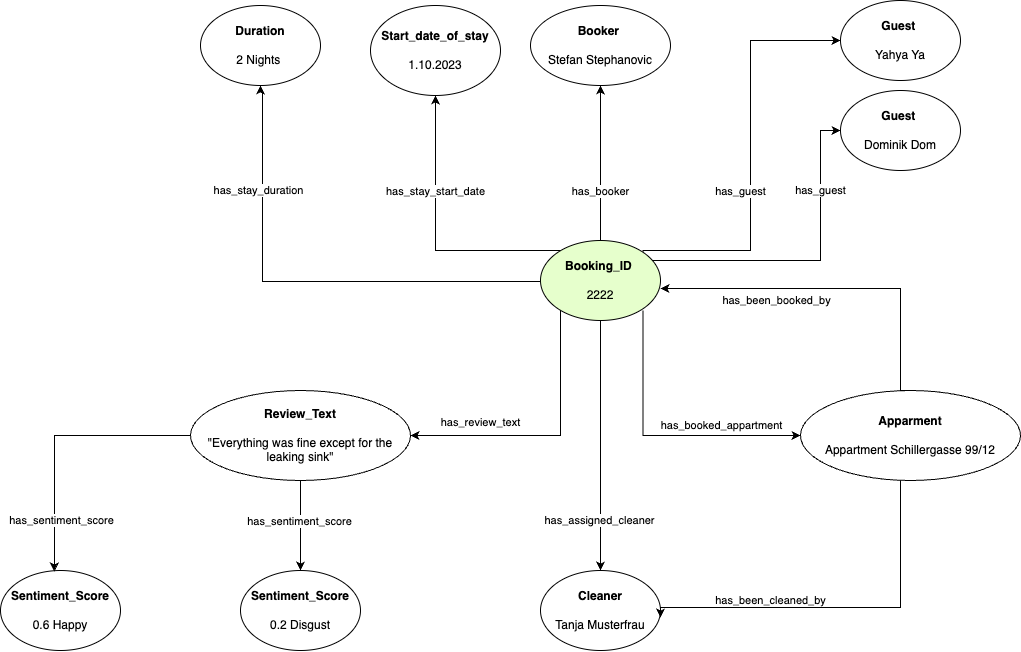
Earlier version of the draw.io export drawings/KG_Architecture.png (dominik-pichler/Review_me_if_you_can). Source tidied: cells renumbered, new cells last; positions are measured from the earlier drawing's top-left corner, leaving out a move shared by most shapes.
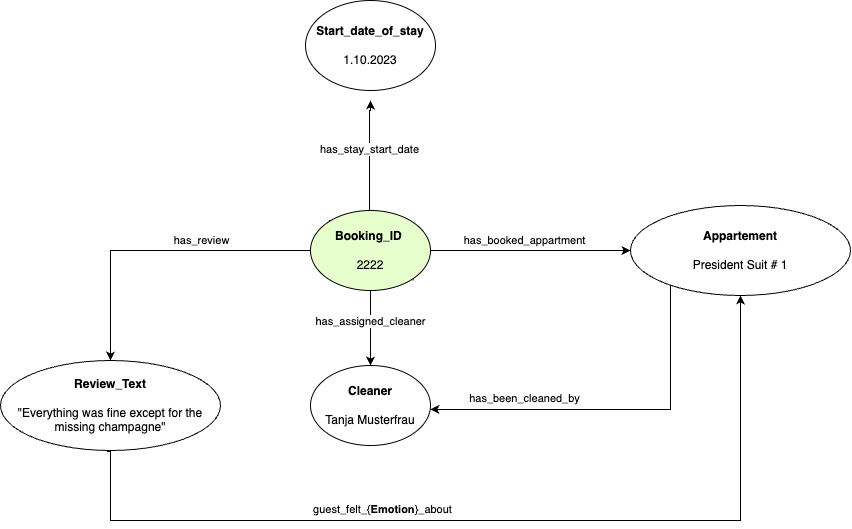
After the commit.

What changed in the source:
```diff
@@ -2,69 +2,16 @@
   <root>
     <mxCell id="0" />
     <mxCell id="1" parent="0" />
-    <mxCell id="2" style="edgeStyle=orthogonalEdgeStyle;rounded=0;jettySize=auto;html=1;exitX=1;exitY=0.5;exitDx=0;exitDy=0;" parent="1" edge="1" target="11">
-      <mxGeometry relative="1" as="geometry">
-        <mxPoint x="610" y="280" as="sourcePoint" />
-        <Array as="points">
-          <mxPoint x="610" y="260" />
-          <mxPoint x="820" y="260" />
-          <mxPoint x="820" y="130" />
-        </Array>
-      </mxGeometry>
-    </mxCell>
-    <mxCell id="3" value="has_guest" style="edgeLabel;html=1;align=center;verticalAlign=middle;" parent="2" vertex="1">
-      <mxGeometry x="0.19" y="2" relative="1" as="geometry">
-        <mxPoint x="4" y="-68" as="offset" />
-      </mxGeometry>
-    </mxCell>
-    <mxCell id="4" style="edgeStyle=orthogonalEdgeStyle;rounded=0;jettySize=auto;html=1;exitX=1;exitY=0;exitDx=0;exitDy=0;entryX=0;entryY=0.5;entryDx=0;entryDy=0;" parent="1" edge="1" source="30" target="14">
-      <mxGeometry relative="1" as="geometry">
-        <Array as="points">
-          <mxPoint x="642" y="250" />
-          <mxPoint x="750" y="250" />
-          <mxPoint x="750" y="40" />
-        </Array>
-      </mxGeometry>
-    </mxCell>
-    <mxCell id="5" value="has_guest" style="edgeLabel;html=1;align=center;verticalAlign=middle;" parent="4" vertex="1">
-      <mxGeometry x="0.24" y="2" relative="1" as="geometry">
-        <mxPoint x="-8" y="86" as="offset" />
-      </mxGeometry>
-    </mxCell>
-    <mxCell id="6" style="edgeStyle=orthogonalEdgeStyle;rounded=0;jettySize=auto;html=1;exitX=0.5;exitY=1;exitDx=0;exitDy=0;entryX=1;entryY=0.5;entryDx=0;entryDy=0;" parent="1" edge="1" source="30" target="21">
-      <mxGeometry relative="1" as="geometry">
-        <Array as="points">
-          <mxPoint x="600" y="300" />
-          <mxPoint x="560" y="300" />
-          <mxPoint x="560" y="435" />
-        </Array>
-      </mxGeometry>
-    </mxCell>
-    <mxCell id="7" value="has_review_text" style="edgeLabel;html=1;align=center;verticalAlign=middle;" parent="6" vertex="1">
-      <mxGeometry x="0.08" y="1" relative="1" as="geometry">
-        <mxPoint x="-81" y="-5" as="offset" />
-      </mxGeometry>
-    </mxCell>
-    <mxCell id="8" style="edgeStyle=orthogonalEdgeStyle;rounded=0;jettySize=auto;html=1;" parent="1" edge="1" source="30" target="10">
-      <mxGeometry relative="1" as="geometry" />
-    </mxCell>
-    <mxCell id="9" value="has_booker" style="edgeLabel;html=1;align=center;verticalAlign=middle;" parent="8" vertex="1">
-      <mxGeometry y="1" relative="1" as="geometry">
-        <mxPoint x="1" y="28" as="offset" />
-      </mxGeometry>
-    </mxCell>
-    <mxCell id="10" value="&lt;b&gt;Booker&amp;nbsp;&lt;/b&gt;&lt;div&gt;&lt;br&gt;&lt;/div&gt;&lt;div&gt;Stefan Stephanovic&lt;/div&gt;" style="ellipse;whiteSpace=wrap;html=1;" parent="1" vertex="1">
-      <mxGeometry x="530" y="5" width="140" height="80" as="geometry" />
-    </mxCell>
-    <mxCell id="11" value="&lt;b&gt;Guest&lt;/b&gt;&amp;nbsp;&lt;div&gt;&lt;br&gt;&lt;/div&gt;&lt;div&gt;Dominik Dom&lt;/div&gt;" style="ellipse;whiteSpace=wrap;html=1;" parent="1" vertex="1">
-      <mxGeometry x="840" y="90" width="120" height="80" as="geometry" />
-    </mxCell>
-    <mxCell id="12" style="edgeStyle=orthogonalEdgeStyle;rounded=0;jettySize=auto;html=1;exitX=0;exitY=0.5;exitDx=0;exitDy=0;entryX=0.5;entryY=1;entryDx=0;entryDy=0;" parent="1" edge="1" source="30" target="15">
+    <mxCell id="12" style="edgeStyle=orthogonalEdgeStyle;rounded=0;orthogonalLoop=1;jettySize=auto;html=1;exitX=0;exitY=0.5;exitDx=0;exitDy=0;" parent="1" edge="1">
       <mxGeometry relative="1" as="geometry">
+        <mxPoint x="539" y="280" as="sourcePoint" />
+        <mxPoint x="600" y="130" as="targetPoint" />
         <Array as="points">
-          <mxPoint x="560" y="280" />
-          <mxPoint x="560" y="250" />
-          <mxPoint x="435" y="250" />
+          <mxPoint x="559" y="280" />
+          <mxPoint x="559" y="250" />
+          <mxPoint x="599" y="250" />
+          <mxPoint x="599" y="140" />
+          <mxPoint x="600" y="140" />
         </Array>
       </mxGeometry>
     </mxCell>
@@ -73,63 +20,24 @@
         <mxPoint x="1" y="-32" as="offset" />
       </mxGeometry>
     </mxCell>
-    <mxCell id="14" value="&lt;b&gt;Guest&amp;nbsp;&lt;/b&gt;&lt;div&gt;&lt;br&gt;&lt;/div&gt;&lt;div&gt;Yahya Ya&lt;/div&gt;" style="ellipse;whiteSpace=wrap;html=1;" parent="1" vertex="1">
-      <mxGeometry x="840" width="120" height="80" as="geometry" />
-    </mxCell>
     <mxCell id="15" value="&lt;b&gt;Start_date_of_stay&lt;/b&gt;&lt;div&gt;&lt;br&gt;&lt;/div&gt;&lt;div&gt;1.10.2023&lt;/div&gt;" style="ellipse;whiteSpace=wrap;html=1;" parent="1" vertex="1">
-      <mxGeometry x="370" y="5" width="130" height="90" as="geometry" />
+      <mxGeometry x="535" y="30" width="130" height="90" as="geometry" />
     </mxCell>
-    <mxCell id="16" style="edgeStyle=orthogonalEdgeStyle;rounded=0;jettySize=auto;html=1;entryX=0.5;entryY=1;entryDx=0;entryDy=0;" parent="1" edge="1" target="18">
-      <mxGeometry relative="1" as="geometry">
-        <mxPoint x="540" y="281" as="sourcePoint" />
-        <Array as="points">
-          <mxPoint x="262" y="281" />
-          <mxPoint x="262" y="90" />
-        </Array>
-      </mxGeometry>
-    </mxCell>
-    <mxCell id="17" value="has_stay_duration" style="edgeLabel;html=1;align=center;verticalAlign=middle;" parent="16" vertex="1">
-      <mxGeometry x="-0.13" y="3" relative="1" as="geometry">
-        <mxPoint x="-75" y="-94" as="offset" />
-      </mxGeometry>
-    </mxCell>
-    <mxCell id="18" value="&lt;b&gt;Duration&lt;/b&gt;&lt;div&gt;&lt;br&gt;&lt;/div&gt;&lt;div&gt;2 Nights&amp;nbsp;&lt;/div&gt;" style="ellipse;whiteSpace=wrap;html=1;" parent="1" vertex="1">
-      <mxGeometry x="200" y="5" width="120" height="80" as="geometry" />
-    </mxCell>
-    <mxCell id="19" style="edgeStyle=orthogonalEdgeStyle;rounded=0;jettySize=auto;html=1;exitX=0.5;exitY=1;exitDx=0;exitDy=0;entryX=0.5;entryY=0;entryDx=0;entryDy=0;" parent="1" edge="1" source="21" target="25">
-      <mxGeometry relative="1" as="geometry" />
-    </mxCell>
-    <mxCell id="20" value="has_sentiment_score" style="edgeLabel;html=1;align=center;verticalAlign=middle;" parent="19" vertex="1">
-      <mxGeometry x="-0.1" y="-1" relative="1" as="geometry" />
-    </mxCell>
-    <mxCell id="21" value="&lt;b&gt;Review_Text&lt;/b&gt;&lt;div&gt;&lt;br&gt;&lt;/div&gt;&lt;div&gt;&quot;Everything was fine except for the leaking sink&quot;&lt;/div&gt;" style="ellipse;whiteSpace=wrap;html=1;" parent="1" vertex="1">
-      <mxGeometry x="190" y="390" width="220" height="90" as="geometry" />
+    <mxCell id="21" value="&lt;b&gt;Review_Text&lt;/b&gt;&lt;div&gt;&lt;br&gt;&lt;/div&gt;&lt;div&gt;&quot;Everything was fine except for the missing champagne&quot;&lt;/div&gt;" style="ellipse;whiteSpace=wrap;html=1;" parent="1" vertex="1">
+      <mxGeometry x="230" y="390" width="220" height="90" as="geometry" />
     </mxCell>
-    <mxCell id="22" value="&lt;b&gt;Sentiment_Score&lt;/b&gt;&lt;div&gt;&lt;br&gt;&lt;/div&gt;&lt;div&gt;0.6 Happy&lt;/div&gt;" style="ellipse;whiteSpace=wrap;html=1;" parent="1" vertex="1">
-      <mxGeometry y="570" width="120" height="80" as="geometry" />
-    </mxCell>
-    <mxCell id="23" style="edgeStyle=orthogonalEdgeStyle;rounded=0;jettySize=auto;html=1;entryX=0.449;entryY=0.012;entryDx=0;entryDy=0;entryPerimeter=0;" parent="1" edge="1" source="21" target="22">
-      <mxGeometry relative="1" as="geometry" />
-    </mxCell>
-    <mxCell id="24" value="has_sentiment_score" style="edgeLabel;html=1;align=center;verticalAlign=middle;" parent="23" vertex="1">
-      <mxGeometry x="-0.1" y="-1" relative="1" as="geometry">
-        <mxPoint x="-7" y="86" as="offset" />
-      </mxGeometry>
-    </mxCell>
-    <mxCell id="25" value="&lt;b&gt;Sentiment_Score&lt;/b&gt;&lt;div&gt;&lt;br&gt;&lt;/div&gt;&lt;div&gt;0.2 Disgust&lt;/div&gt;" style="ellipse;whiteSpace=wrap;html=1;" parent="1" vertex="1">
-      <mxGeometry x="240" y="570" width="120" height="80" as="geometry" />
-    </mxCell>
     <mxCell id="26" style="edgeStyle=orthogonalEdgeStyle;rounded=0;jettySize=auto;html=1;exitX=1;exitY=1;exitDx=0;exitDy=0;entryX=0;entryY=0.5;entryDx=0;entryDy=0;" parent="1" edge="1" target="34">
       <mxGeometry relative="1" as="geometry">
         <mxPoint x="642.4" y="310" as="sourcePoint" />
         <Array as="points">
-          <mxPoint x="642" y="435" />
+          <mxPoint x="642" y="280" />
+          <mxPoint x="830" y="280" />
         </Array>
       </mxGeometry>
     </mxCell>
     <mxCell id="27" value="has_booked_appartment" style="edgeLabel;html=1;align=center;verticalAlign=middle;" parent="26" vertex="1">
       <mxGeometry x="-0.14" y="1" relative="1" as="geometry">
-        <mxPoint x="77" y="-6" as="offset" />
+        <mxPoint x="35" y="-9" as="offset" />
       </mxGeometry>
     </mxCell>
     <mxCell id="28" style="edgeStyle=orthogonalEdgeStyle;rounded=0;jettySize=auto;html=1;exitX=0.5;exitY=1;exitDx=0;exitDy=0;entryX=0.5;entryY=0;entryDx=0;entryDy=0;" parent="1" edge="1" source="30" target="31">
@@ -137,42 +45,52 @@
     </mxCell>
     <mxCell id="29" value="has_assigned_cleaner" style="edgeLabel;html=1;align=center;verticalAlign=middle;" parent="28" vertex="1">
       <mxGeometry x="0.53" y="-1" relative="1" as="geometry">
-        <mxPoint y="8" as="offset" />
+        <mxPoint x="1" y="-27" as="offset" />
       </mxGeometry>
     </mxCell>
+    <mxCell id="6" style="edgeStyle=orthogonalEdgeStyle;rounded=0;jettySize=auto;html=1;exitX=0;exitY=0.5;exitDx=0;exitDy=0;entryX=0.5;entryY=0;entryDx=0;entryDy=0;" parent="1" edge="1" source="30" target="21">
+      <mxGeometry relative="1" as="geometry" />
+    </mxCell>
+    <mxCell id="37" value="has_review" style="edgeLabel;html=1;align=center;verticalAlign=middle;" parent="6" vertex="1">
+      <mxGeometry x="0.04" relative="1" as="geometry">
+        <mxPoint x="53" y="-10" as="offset" />
+      </mxGeometry>
+    </mxCell>
     <mxCell id="30" value="&lt;b&gt;Booking_ID&lt;/b&gt;&amp;nbsp;&lt;div&gt;&lt;br&gt;&lt;/div&gt;&lt;div&gt;2222&lt;/div&gt;" style="ellipse;whiteSpace=wrap;html=1;fillColor=#E6FFCC;" parent="1" vertex="1">
       <mxGeometry x="540" y="240" width="120" height="80" as="geometry" />
     </mxCell>
     <mxCell id="31" value="&lt;b&gt;Cleaner&lt;/b&gt;&lt;div&gt;&lt;br&gt;&lt;/div&gt;&lt;div&gt;Tanja Musterfrau&lt;/div&gt;" style="ellipse;whiteSpace=wrap;html=1;" parent="1" vertex="1">
-      <mxGeometry x="540" y="570" width="120" height="80" as="geometry" />
+      <mxGeometry x="540" y="395" width="120" height="80" as="geometry" />
     </mxCell>
-    <mxCell id="32" style="edgeStyle=orthogonalEdgeStyle;rounded=0;jettySize=auto;html=1;exitX=0;exitY=1;exitDx=0;exitDy=0;entryX=1;entryY=0.588;entryDx=0;entryDy=0;entryPerimeter=0;" parent="1" edge="1" source="34" target="31">
+    <mxCell id="32" style="edgeStyle=orthogonalEdgeStyle;rounded=0;jettySize=auto;html=1;entryX=0.999;entryY=0.556;entryDx=0;entryDy=0;entryPerimeter=0;" parent="1" edge="1" source="34" target="31">
       <mxGeometry relative="1" as="geometry">
         <Array as="points">
-          <mxPoint x="900" y="467" />
-          <mxPoint x="900" y="607" />
+          <mxPoint x="900" y="439" />
+          <mxPoint x="660" y="439" />
         </Array>
       </mxGeometry>
     </mxCell>
     <mxCell id="33" value="has_been_cleaned_by" style="edgeLabel;html=1;align=center;verticalAlign=middle;" parent="32" vertex="1">
       <mxGeometry x="0.26" relative="1" as="geometry">
-        <mxPoint x="-50" y="-7" as="offset" />
+        <mxPoint x="-41" y="-11" as="offset" />
       </mxGeometry>
     </mxCell>
-    <mxCell id="34" value="&lt;b&gt;Apparment&lt;/b&gt;&lt;div&gt;&lt;b&gt;&lt;br&gt;&lt;/b&gt;&lt;/div&gt;&lt;div&gt;Appartment Schillergasse 99/12&lt;/div&gt;" style="ellipse;whiteSpace=wrap;html=1;" parent="1" vertex="1">
-      <mxGeometry x="800" y="390" width="220" height="90" as="geometry" />
+    <mxCell id="34" value="&lt;b&gt;Appartement&lt;/b&gt;&lt;div&gt;&lt;b&gt;&lt;br&gt;&lt;/b&gt;&lt;/div&gt;&lt;div&gt;President Suit # 1&lt;/div&gt;" style="ellipse;whiteSpace=wrap;html=1;" parent="1" vertex="1">
+      <mxGeometry x="860" y="235" width="220" height="90" as="geometry" />
     </mxCell>
-    <mxCell id="35" style="edgeStyle=orthogonalEdgeStyle;rounded=0;jettySize=auto;html=1;exitX=0.5;exitY=0;exitDx=0;exitDy=0;entryX=1;entryY=0.6;entryDx=0;entryDy=0;entryPerimeter=0;" parent="1" edge="1" source="34" target="30">
-      <mxGeometry relative="1" as="geometry">
-        <Array as="points">
-          <mxPoint x="900" y="288" />
-        </Array>
-      </mxGeometry>
-    </mxCell>
-    <mxCell id="36" value="has_been_booked_by" style="edgeLabel;html=1;align=center;verticalAlign=middle;" parent="35" vertex="1">
-      <mxGeometry x="0.34" y="1" relative="1" as="geometry">
-        <mxPoint y="11" as="offset" />
-      </mxGeometry>
-    </mxCell>
+    <mxCell id="38" style="edgeStyle=orthogonalEdgeStyle;rounded=0;jettySize=auto;html=1;exitX=0.484;exitY=1.01;exitDx=0;exitDy=0;entryX=0.5;entryY=1;entryDx=0;entryDy=0;exitPerimeter=0;" parent="1" edge="1" source="21" target="34">
+      <mxGeometry relative="1" as="geometry">
+        <Array as="points">
+          <mxPoint x="340" y="481" />
+          <mxPoint x="340" y="550" />
+          <mxPoint x="970" y="550" />
+        </Array>
+      </mxGeometry>
+    </mxCell>
+    <mxCell id="39" value="guest_felt_{&lt;b&gt;Emotion&lt;/b&gt;}_about" style="edgeLabel;html=1;align=center;verticalAlign=middle;" parent="38" vertex="1">
+      <mxGeometry x="-0.07" y="2" relative="1" as="geometry">
+        <mxPoint x="-88" y="-9" as="offset" />
+      </mxGeometry>
+    </mxCell>
   </root>
 </mxGraphModel>
```
